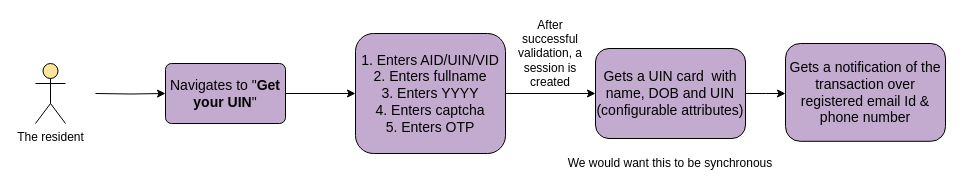
singhpragya279/Resident_services keeps this draw.io diagram as resident-services-flow-chart/get-UIN.drawio. Above is the earlier version. Source tidied: cells renumbered, new cells numbered last; positions are measured from the earlier drawing's top-left corner, leaving out a move shared by most shapes. Both pictures are drawn from the tidied source at 100%, with x=0, y=0 at pixel (35, 33).
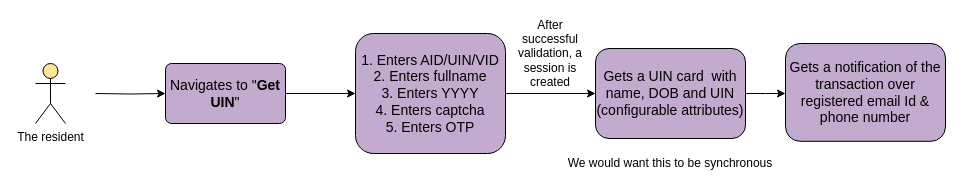
Above is the later version.

The edit, as a diff of the source:
```diff
@@
 <mxGraphModel>
   <root>
     <mxCell id="0" />
     <mxCell id="1" parent="0" />
     <mxCell id="2" value="The resident" style="shape=umlActor;verticalLabelPosition=bottom;labelBackgroundColor=#ffffff;verticalAlign=top;html=1;fillColor=#FFE599;" parent="1" vertex="1">
       <mxGeometry y="30" width="30" height="60" as="geometry" />
     </mxCell>
     <mxCell id="3" style="edgeStyle=orthogonalEdgeStyle;rounded=0;jettySize=auto;html=1;" parent="1" edge="1" target="5">
       <mxGeometry relative="1" as="geometry">
         <mxPoint x="60" y="60" as="sourcePoint" />
       </mxGeometry>
     </mxCell>
     <mxCell id="4" style="edgeStyle=orthogonalEdgeStyle;rounded=0;jettySize=auto;html=1;" parent="1" edge="1" source="5" target="7">
       <mxGeometry relative="1" as="geometry" />
     </mxCell>
-    <mxCell id="5" value="&lt;div style=&quot;font-size: 14px&quot;&gt;Navigates to &quot;&lt;b&gt;Get your UIN&lt;/b&gt;&quot;&lt;br&gt;&lt;/div&gt;" style="rounded=1;whiteSpace=wrap;html=1;fillColor=#C3ABD0;arcSize=10;" parent="1" vertex="1">
+    <mxCell id="5" value="&lt;div style=&quot;font-size: 14px&quot;&gt;Navigates to &quot;&lt;b&gt;Get UIN&lt;/b&gt;&quot;&lt;br&gt;&lt;/div&gt;" style="rounded=1;whiteSpace=wrap;html=1;fillColor=#C3ABD0;arcSize=10;" parent="1" vertex="1">
       <mxGeometry x="130" y="30" width="120" height="60" as="geometry" />
     </mxCell>
     <mxCell id="6" style="edgeStyle=orthogonalEdgeStyle;rounded=0;jettySize=auto;html=1;" parent="1" edge="1" source="7" target="9">
       <mxGeometry relative="1" as="geometry" />
     </mxCell>
     <mxCell id="7" value="&lt;font style=&quot;font-size: 14px&quot;&gt;1. Enters AID/UIN/VID&lt;br&gt;2.&amp;nbsp;Enters fullname&lt;br&gt;3. Enters YYYY&lt;br&gt;4. Enters captcha&lt;br&gt;5. Enters OTP&lt;/font&gt;" style="rounded=1;whiteSpace=wrap;html=1;fillColor=#C3ABD0;" parent="1" vertex="1">
       <mxGeometry x="320" width="150" height="120" as="geometry" />
     </mxCell>
     <mxCell id="8" style="edgeStyle=orthogonalEdgeStyle;rounded=0;jettySize=auto;html=1;entryX=0;entryY=0.5;entryDx=0;entryDy=0;" parent="1" edge="1" source="9">
       <mxGeometry relative="1" as="geometry">
         <mxPoint x="750" y="60" as="targetPoint" />
       </mxGeometry>
     </mxCell>
     <mxCell id="9" value="&lt;font style=&quot;font-size: 14px&quot;&gt;Gets a UIN card&amp;nbsp; with name, DOB and UIN (configurable attributes)&lt;/font&gt;" style="rounded=1;whiteSpace=wrap;html=1;fillColor=#C3ABD0;" parent="1" vertex="1">
       <mxGeometry x="560" y="15" width="150" height="90" as="geometry" />
     </mxCell>
     <mxCell id="10" value="&lt;font style=&quot;font-size: 14px&quot;&gt;Gets a notification of the transaction over registered email Id &amp;amp; phone number&lt;/font&gt;" style="rounded=1;whiteSpace=wrap;html=1;fillColor=#C3ABD0;" parent="1" vertex="1">
       <mxGeometry x="750" y="10" width="160" height="97.8" as="geometry" />
     </mxCell>
     <mxCell id="11" value="After successful validation, a session is created" style="text;html=1;strokeColor=none;fillColor=none;align=center;verticalAlign=middle;whiteSpace=wrap;rounded=0;" parent="1" vertex="1">
       <mxGeometry x="480" y="10" width="70" height="20" as="geometry" />
     </mxCell>
     <mxCell id="12" value="We would want this to be synchronous" style="text;html=1;strokeColor=none;fillColor=none;align=center;verticalAlign=middle;whiteSpace=wrap;rounded=0;shadow=0;" parent="1" vertex="1">
       <mxGeometry x="520" y="120" width="230" height="20" as="geometry" />
     </mxCell>
   </root>
 </mxGraphModel>
```
